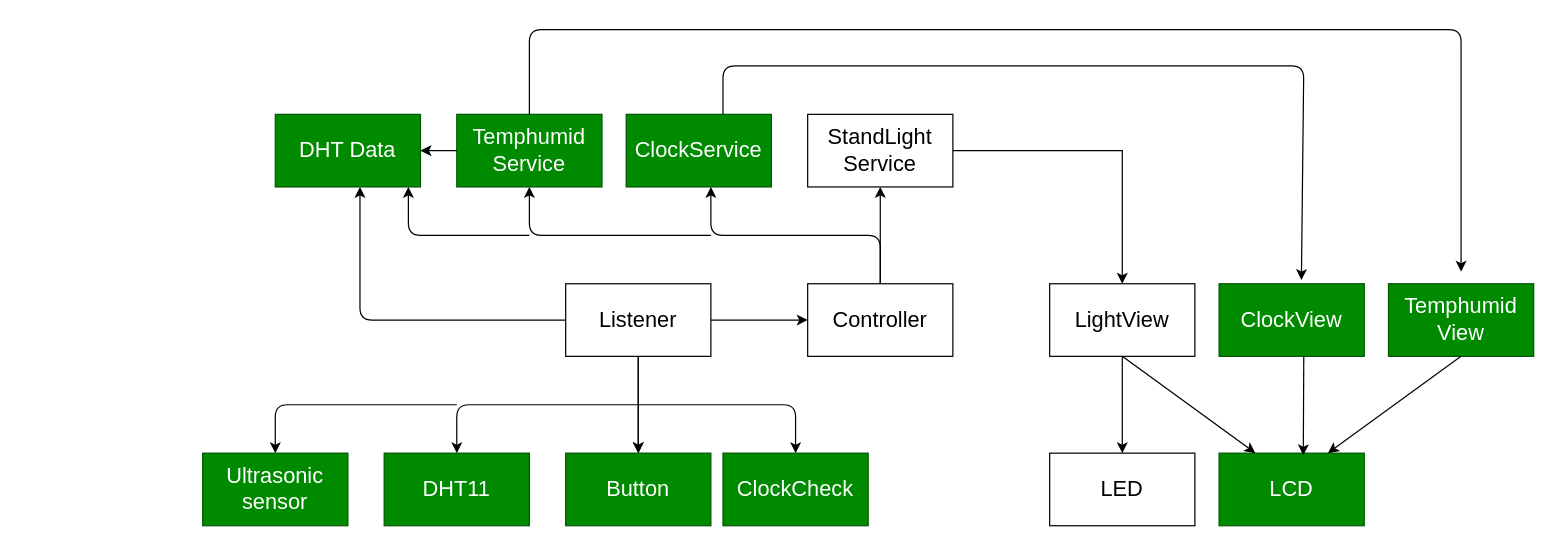
The draw.io diagram page "페이지-1" (1 of 3) of sw_design/architecture.drawio in ekgh2002/StandLight_Time_Temp_Distance, before the edit. Source tidied: cells renumbered, new cells numbered last; positions are measured from the earlier drawing's top-left corner, leaving out a move shared by most shapes. Both pictures are drawn from the tidied source at 121%, with x=0, y=0 at pixel (202, 29).
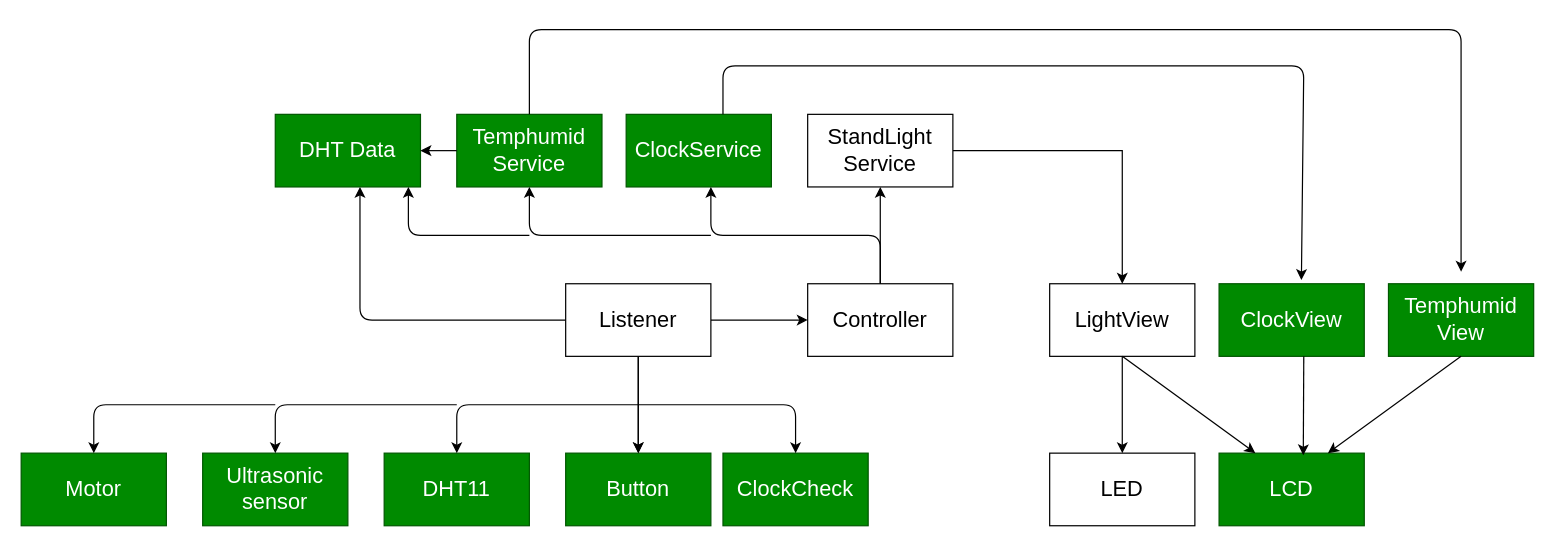
After the change.

Diff of the diagram source:
```diff
@@
+    <mxCell id="36" value="Motor" style="whiteSpace=wrap;html=1;fontSize=18;fillColor=#008a00;fontColor=#ffffff;strokeColor=#005700;" parent="1" vertex="1">
+      <mxGeometry x="-150" y="350" width="120" height="60" as="geometry" />
+    </mxCell>
+    <mxCell id="37" style="endArrow=classic;html=1;entryX=0.5;entryY=0;entryDx=0;entryDy=0;" parent="1" edge="1" target="36">
+      <mxGeometry relative="1" as="geometry">
+        <mxPoint x="60" y="310" as="sourcePoint" />
+        <Array as="points">
+          <mxPoint x="-90" y="310" />
+        </Array>
+      </mxGeometry>
+    </mxCell>
```
